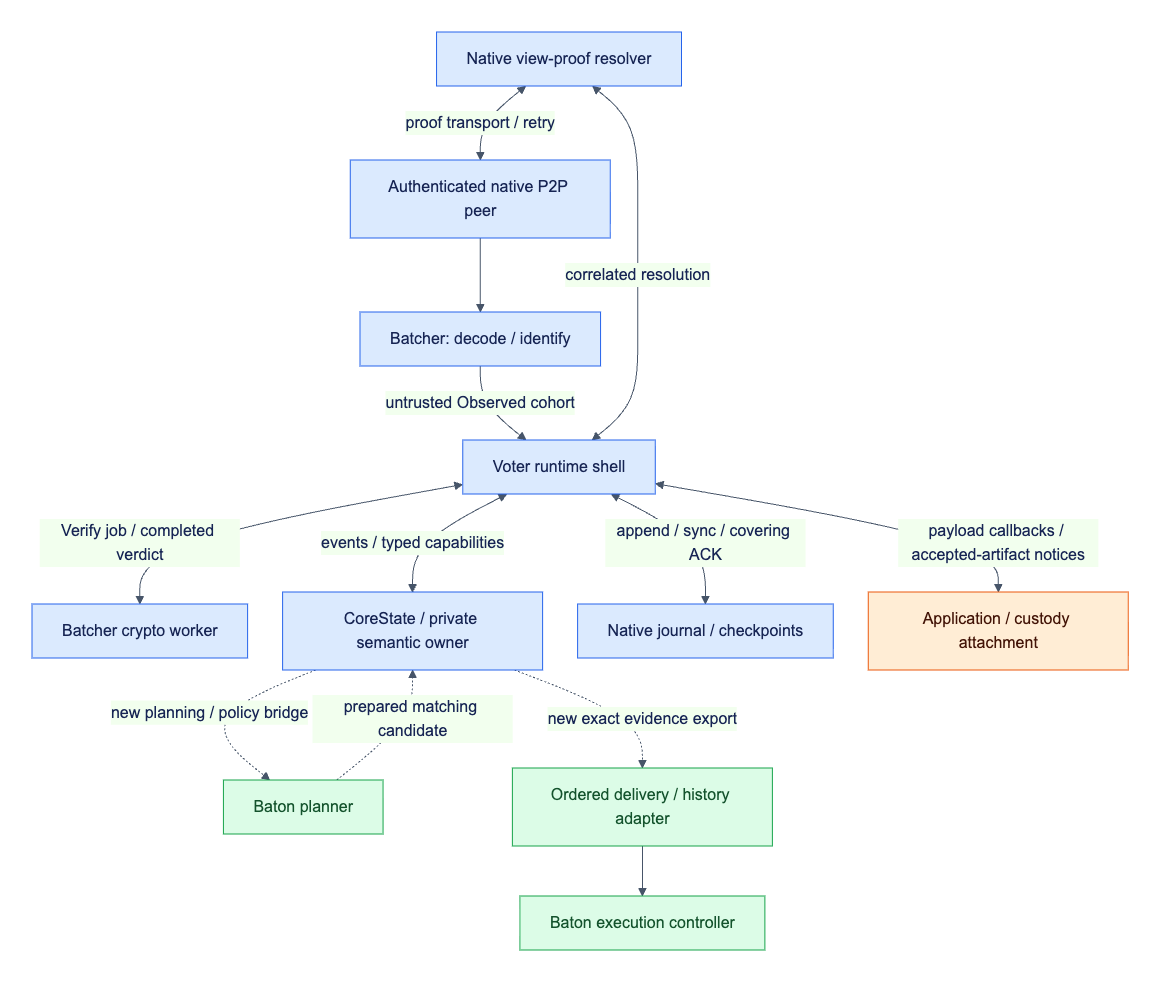
Before: assets/diagrams/diagram-16.png, a diagram exported from Mermaid (djm07073/baton-research). Its source is kept beside it as assets/diagrams/diagram-16.mmd.
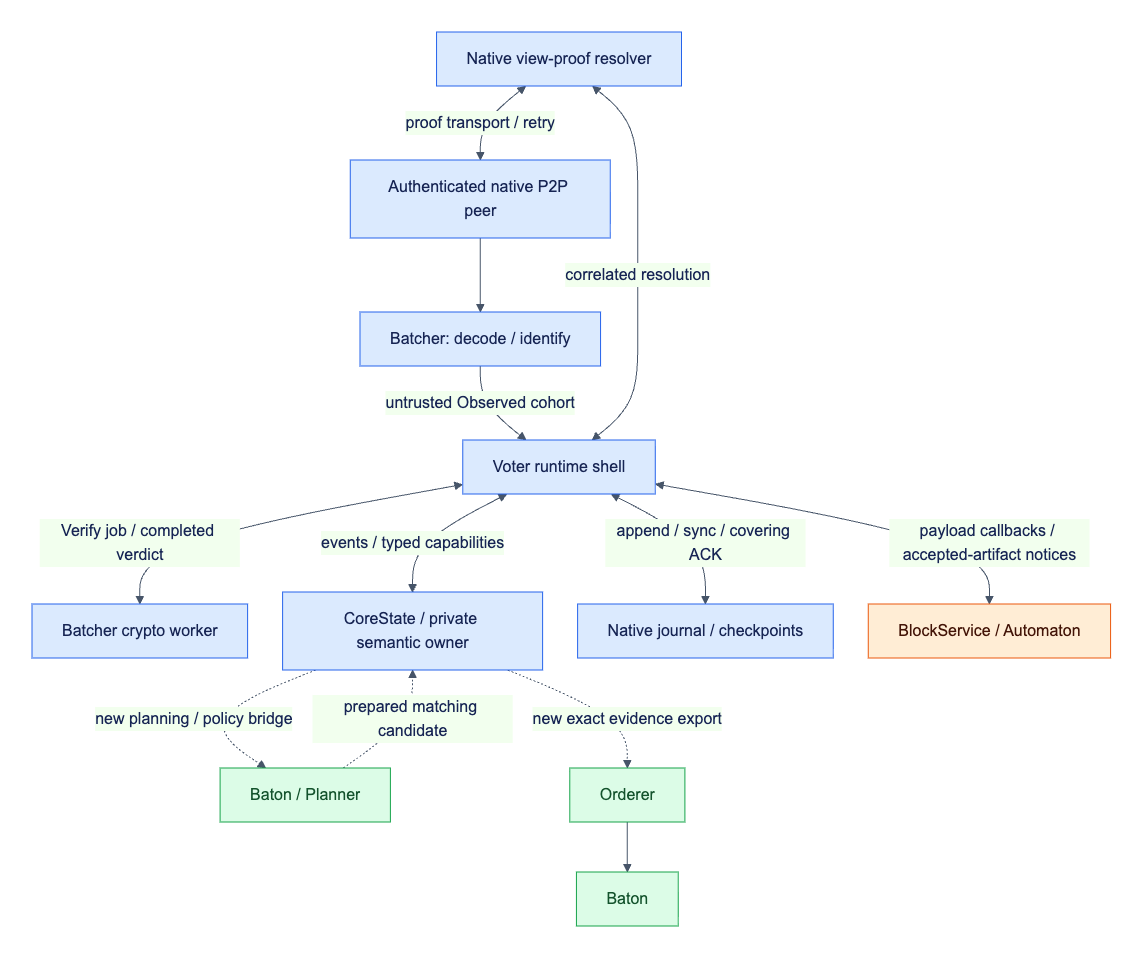
Later version of the same file.

The edit, as a diff of the source:
```diff
@@ -6,11 +6,11 @@
     R <-->|correlated resolution| V
     V <-->|events / typed capabilities| C[CoreState / private semantic owner]
     V <-->|append / sync / covering ACK| J[Native journal / checkpoints]
-    V <-->|payload callbacks / accepted-artifact notices| A[Application / custody attachment]
-    C -. new planning / policy bridge .-> P[Baton planner]
+    V <-->|payload callbacks / accepted-artifact notices| A[BlockService / Automaton]
+    C -. new planning / policy bridge .-> P[Baton / Planner]
     P -. prepared matching candidate .-> C
-    C -. new exact evidence export .-> D[Ordered delivery / history adapter]
-    D --> E[Baton execution controller]
+    C -. new exact evidence export .-> D[Orderer]
+    D --> E[Baton]
     classDef reuse fill:#dbeafe,stroke:#2563eb,color:#172554;
     classDef adapt fill:#ffedd5,stroke:#ea580c,color:#431407;
     classDef fresh fill:#dcfce7,stroke:#16a34a,color:#14532d;
```
